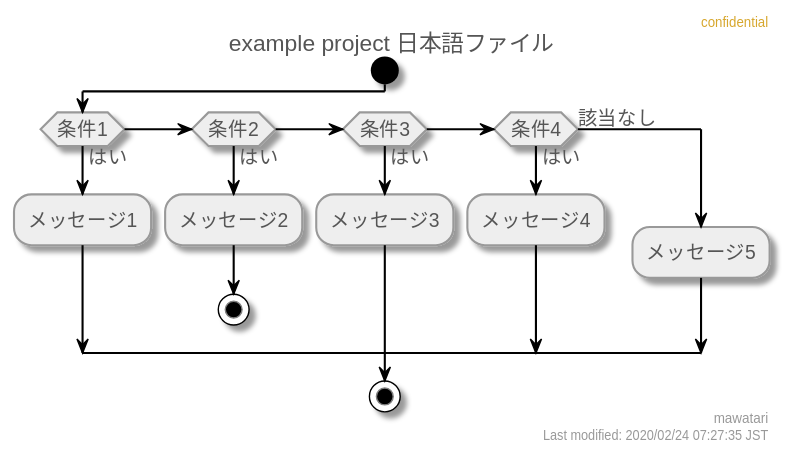
Above: activity-diagram/日本語ファイル.svg in mawatari/example-project-uml (PlantUML), before the change.
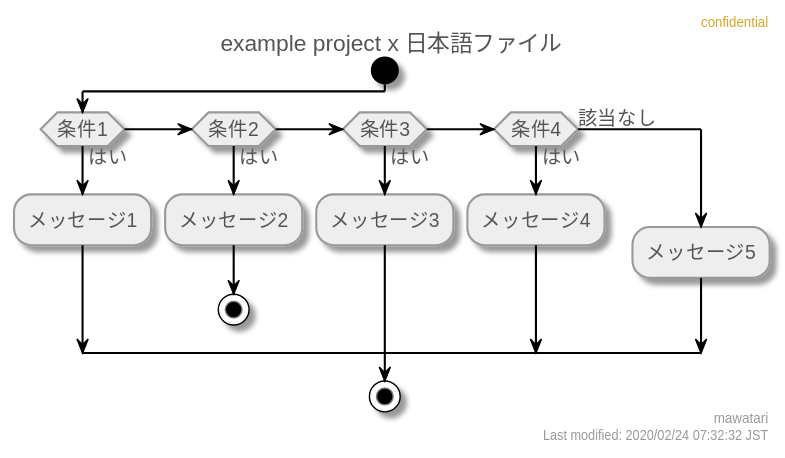
The same file after the commit.

Change to the diagram source:
```diff
@@ -43,8 +43,8 @@
   DiamondBorderColor #999999
 }
 right header confidential
-right footer mawatari\nLast modified: 2020/02/24 07:27:35 JST
-title example project 日本語ファイル
+right footer mawatari\nLast modified: 2020/02/24 07:32:32 JST
+title example project x 日本語ファイル
 
 start
 if (条件1) then (はい)
```
